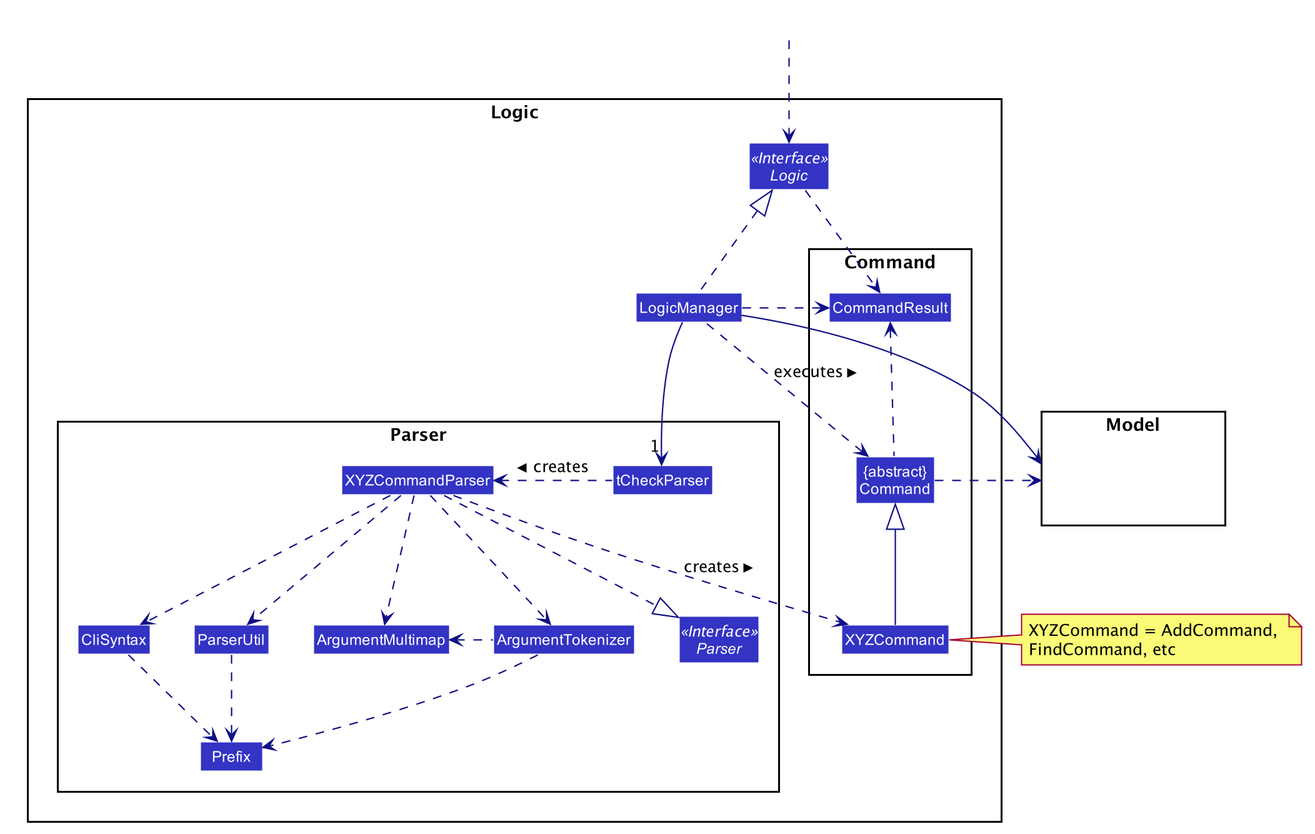
The PlantUML diagram docs/images/LogicClassDiagram.png in nus-cs2103-AY2021S1/tp, before a commit.
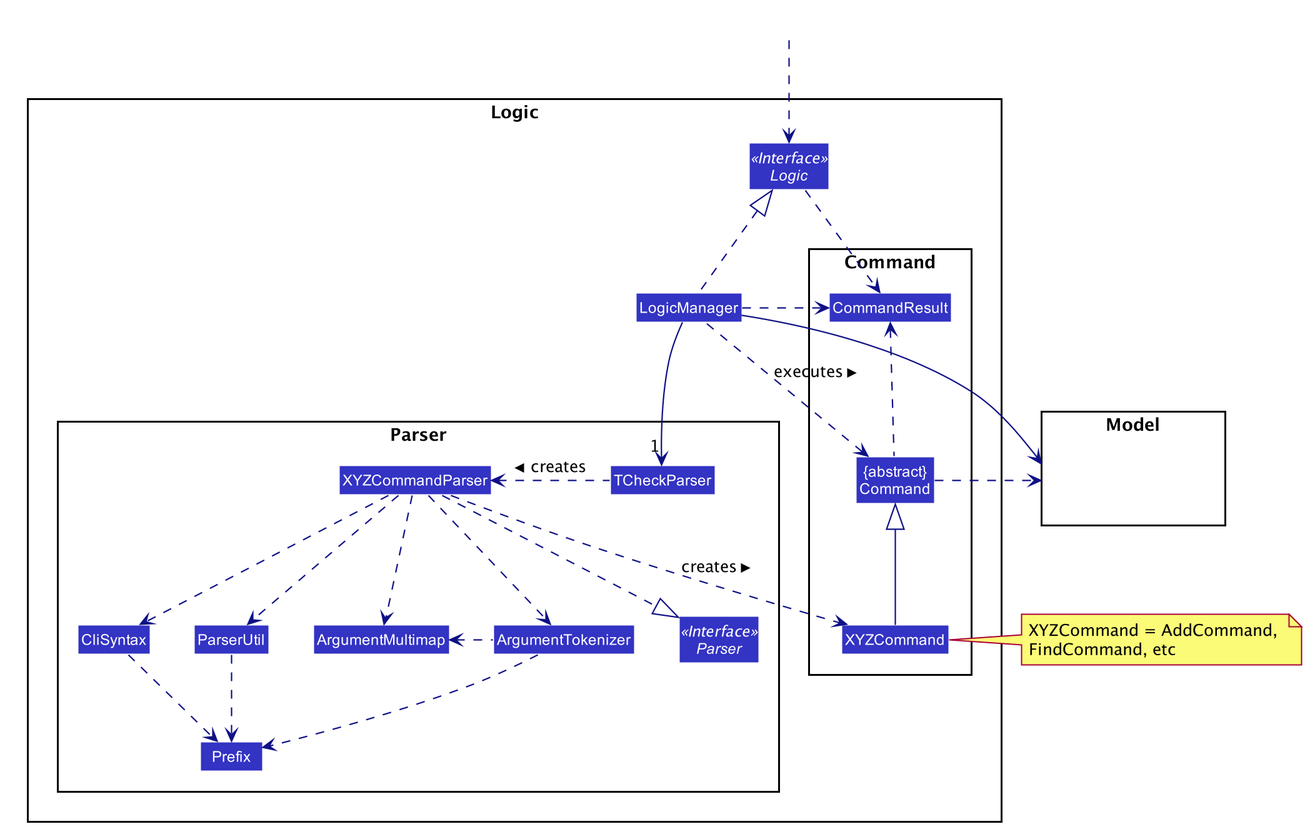
Above is the later version.

Diff of the diagram source:
```diff
@@ -55,7 +55,7 @@
 
 package Parser {
 Interface Parser <<Interface>>
-Class tCheckParser
+Class TCheckParser
 Class XYZCommandParser
 Class CliSyntax
 Class ParserUtil
@@ -82,8 +82,8 @@
 HiddenOutside ..> Logic
 
 LogicManager .up.|> Logic
-LogicManager -->"1" tCheckParser
-tCheckParser .left.> XYZCommandParser: creates >
+LogicManager -->"1" TCheckParser
+TCheckParser .left.> XYZCommandParser: creates >
 
 XYZCommandParser ..> XYZCommand : creates >
 XYZCommandParser ..|> Parser
```
